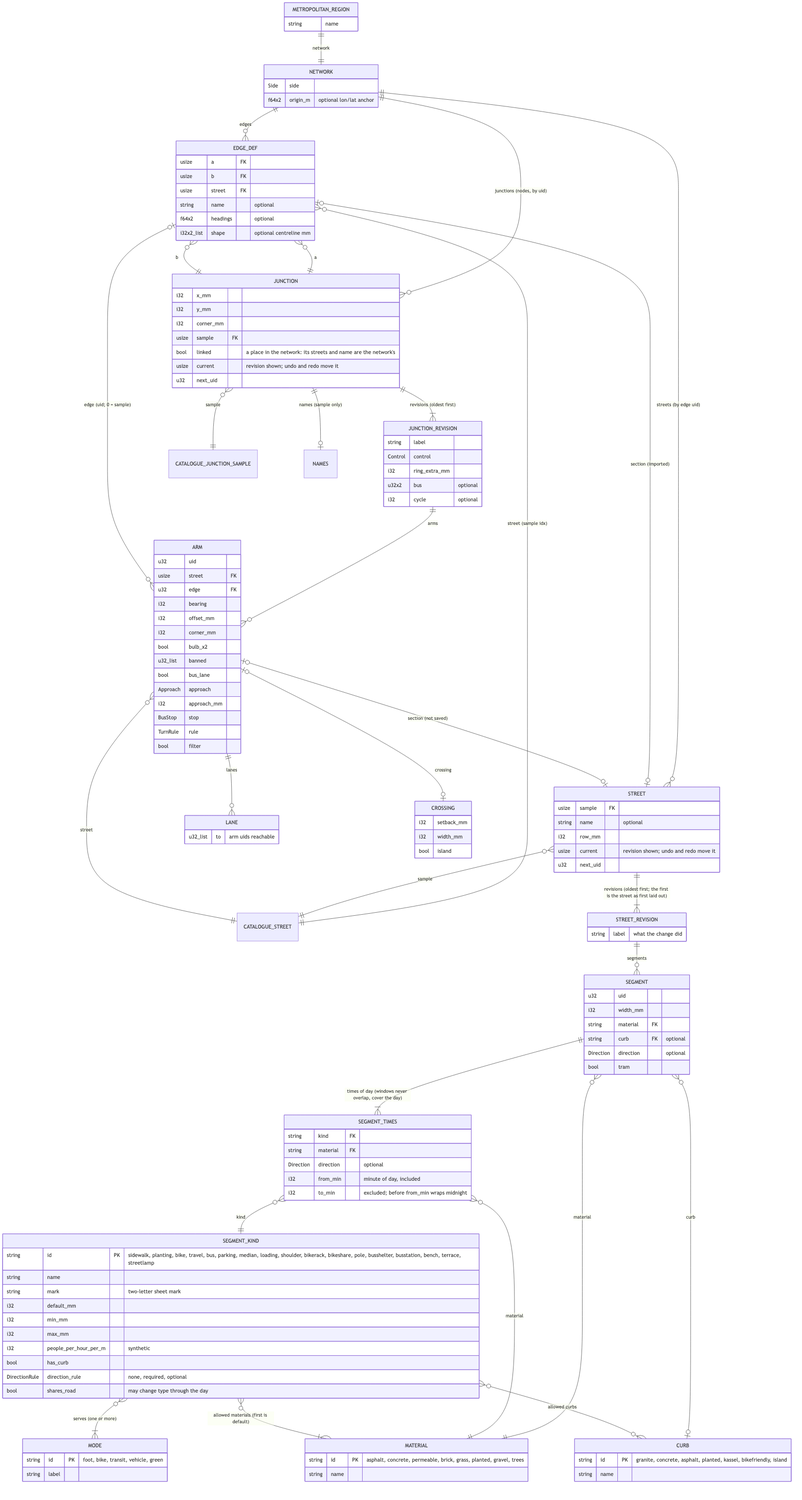
Above: docs/erd.png in alandovskis/cityloom (Mermaid), before the change. Its source is kept beside it as docs/erd.mmd.
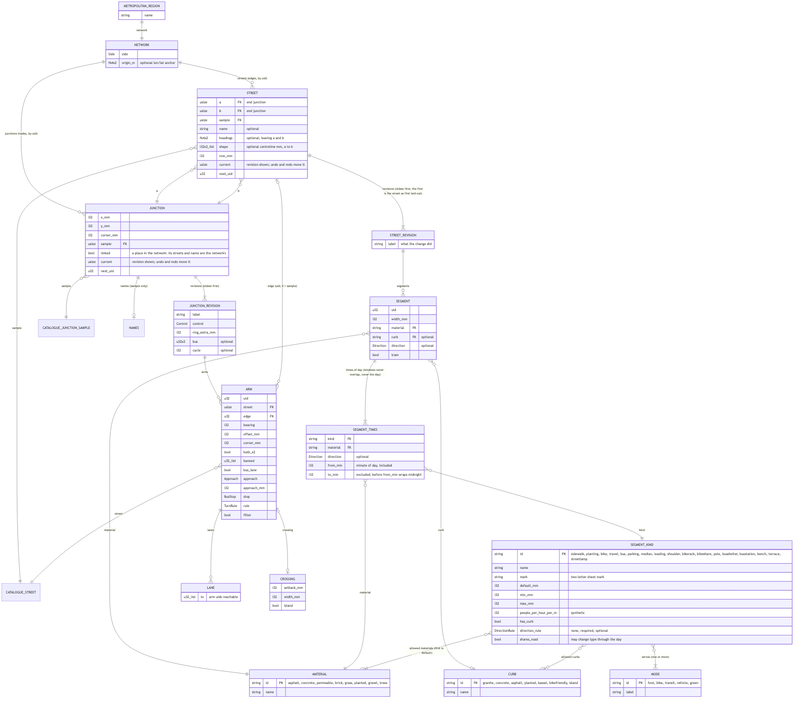
After the commit.

Commit message:
docs(erd): a street replaces the edge definition

The edit, as a diff of the source:
```diff
@@ -1,16 +1,13 @@
 erDiagram
     METROPOLITAN_REGION ||--|| NETWORK : "network"
 
-    NETWORK ||--o{ EDGE_DEF : edges
-    NETWORK ||--o{ STREET : "streets (by edge uid)"
+    NETWORK ||--o{ STREET : "streets (edges, by uid)"
     NETWORK ||--o{ JUNCTION : "junctions (nodes, by uid)"
     JUNCTION ||--|{ JUNCTION_REVISION : "revisions (oldest first)"
     JUNCTION }o--|| CATALOGUE_JUNCTION_SAMPLE : sample
     JUNCTION ||--o| NAMES : "names (sample only)"
-    EDGE_DEF }o--|| JUNCTION : "a"
-    EDGE_DEF }o--|| JUNCTION : "b"
-    EDGE_DEF |o--o| STREET : "section (imported)"
-    EDGE_DEF }o--|| CATALOGUE_STREET : "street (sample idx)"
+    STREET }o--|| JUNCTION : "a"
+    STREET }o--|| JUNCTION : "b"
 
     STREET ||--|{ STREET_REVISION : "revisions (oldest first; the first is the street as first laid out)"
     STREET_REVISION ||--o{ SEGMENT : segments
@@ -25,9 +22,8 @@
     SEGMENT_KIND }o--|{ MODE : "serves (one or more)"
 
     JUNCTION_REVISION ||--o{ ARM : arms
-    ARM }o--o| EDGE_DEF : "edge (uid; 0 = sample)"
+    ARM }o--o| STREET : "edge (uid; 0 = sample)"
     ARM }o--|| CATALOGUE_STREET : "street"
-    ARM |o--o| STREET : "section (not saved)"
     ARM ||--o{ LANE : lanes
     ARM |o--o| CROSSING : crossing
 
@@ -38,17 +34,13 @@
         Side side
         f64x2 origin_m "optional lon/lat anchor"
     }
-    EDGE_DEF {
-        usize a FK
-        usize b FK
-        usize street FK
-        string name "optional"
-        f64x2 headings "optional"
-        i32x2_list shape "optional centreline mm"
-    }
     STREET {
+        usize a FK "end junction"
+        usize b FK "end junction"
         usize sample FK
         string name "optional"
+        f64x2 headings "optional; leaving a and b"
+        i32x2_list shape "optional centreline mm, a to b"
         i32 row_mm
         usize current "revision shown; undo and redo move it"
         u32 next_uid
```
